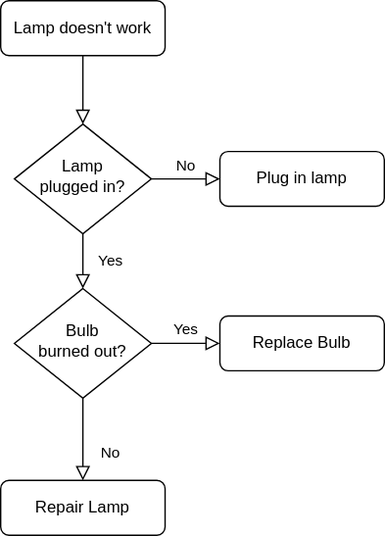
Earlier version of the draw.io export textMoMo.drawio.svg (Nuttph/Project_C_Flowchart). Source tidied: cells renumbered, new cells last; positions are measured from the earlier drawing's top-left corner, leaving out a move shared by most shapes. Its diagram source:
```xml
<mxGraphModel>
  <root>
    <mxCell id="0" />
    <mxCell id="1" parent="0" />
    <mxCell id="2" style="rounded=0;html=1;jettySize=auto;fontSize=11;endArrow=block;endFill=0;endSize=8;strokeWidth=1;shadow=0;labelBackgroundColor=none;edgeStyle=orthogonalEdgeStyle;" parent="1" edge="1" source="3" target="6">
      <mxGeometry relative="1" as="geometry" />
    </mxCell>
    <mxCell id="3" value="Lamp doesn't work" style="rounded=1;whiteSpace=wrap;html=1;fontSize=12;glass=0;strokeWidth=1;shadow=0;" parent="1" vertex="1">
      <mxGeometry width="120" height="40" as="geometry" />
    </mxCell>
    <mxCell id="4" value="Yes" style="rounded=0;html=1;jettySize=auto;fontSize=11;endArrow=block;endFill=0;endSize=8;strokeWidth=1;shadow=0;labelBackgroundColor=none;edgeStyle=orthogonalEdgeStyle;" parent="1" edge="1" source="6" target="10">
      <mxGeometry y="20" relative="1" as="geometry" />
    </mxCell>
    <mxCell id="5" value="No" style="edgeStyle=orthogonalEdgeStyle;rounded=0;html=1;jettySize=auto;fontSize=11;endArrow=block;endFill=0;endSize=8;strokeWidth=1;shadow=0;labelBackgroundColor=none;" parent="1" edge="1" source="6" target="7">
      <mxGeometry y="10" relative="1" as="geometry" />
    </mxCell>
    <mxCell id="6" value="Lamp&lt;br&gt;plugged in?" style="rhombus;whiteSpace=wrap;html=1;shadow=0;fontFamily=Helvetica;fontSize=12;align=center;strokeWidth=1;spacing=6;spacingTop=-4;" parent="1" vertex="1">
      <mxGeometry x="10" y="90" width="100" height="80" as="geometry" />
    </mxCell>
    <mxCell id="7" value="Plug in lamp" style="rounded=1;whiteSpace=wrap;html=1;fontSize=12;glass=0;strokeWidth=1;shadow=0;" parent="1" vertex="1">
      <mxGeometry x="160" y="110" width="120" height="40" as="geometry" />
    </mxCell>
    <mxCell id="8" value="No" style="rounded=0;html=1;jettySize=auto;fontSize=11;endArrow=block;endFill=0;endSize=8;strokeWidth=1;shadow=0;labelBackgroundColor=none;edgeStyle=orthogonalEdgeStyle;" parent="1" edge="1" source="10" target="11">
      <mxGeometry x="0.33" y="20" relative="1" as="geometry" />
    </mxCell>
    <mxCell id="9" value="Yes" style="edgeStyle=orthogonalEdgeStyle;rounded=0;html=1;jettySize=auto;fontSize=11;endArrow=block;endFill=0;endSize=8;strokeWidth=1;shadow=0;labelBackgroundColor=none;" parent="1" edge="1" source="10" target="12">
      <mxGeometry y="10" relative="1" as="geometry" />
    </mxCell>
    <mxCell id="10" value="Bulb&lt;br&gt;burned out?" style="rhombus;whiteSpace=wrap;html=1;shadow=0;fontFamily=Helvetica;fontSize=12;align=center;strokeWidth=1;spacing=6;spacingTop=-4;" parent="1" vertex="1">
      <mxGeometry x="10" y="210" width="100" height="80" as="geometry" />
    </mxCell>
    <mxCell id="11" value="Repair Lamp" style="rounded=1;whiteSpace=wrap;html=1;fontSize=12;glass=0;strokeWidth=1;shadow=0;" parent="1" vertex="1">
      <mxGeometry y="350" width="120" height="40" as="geometry" />
    </mxCell>
    <mxCell id="12" value="Replace Bulb" style="rounded=1;whiteSpace=wrap;html=1;fontSize=12;glass=0;strokeWidth=1;shadow=0;" parent="1" vertex="1">
      <mxGeometry x="160" y="230" width="120" height="40" as="geometry" />
    </mxCell>
  </root>
</mxGraphModel>
```
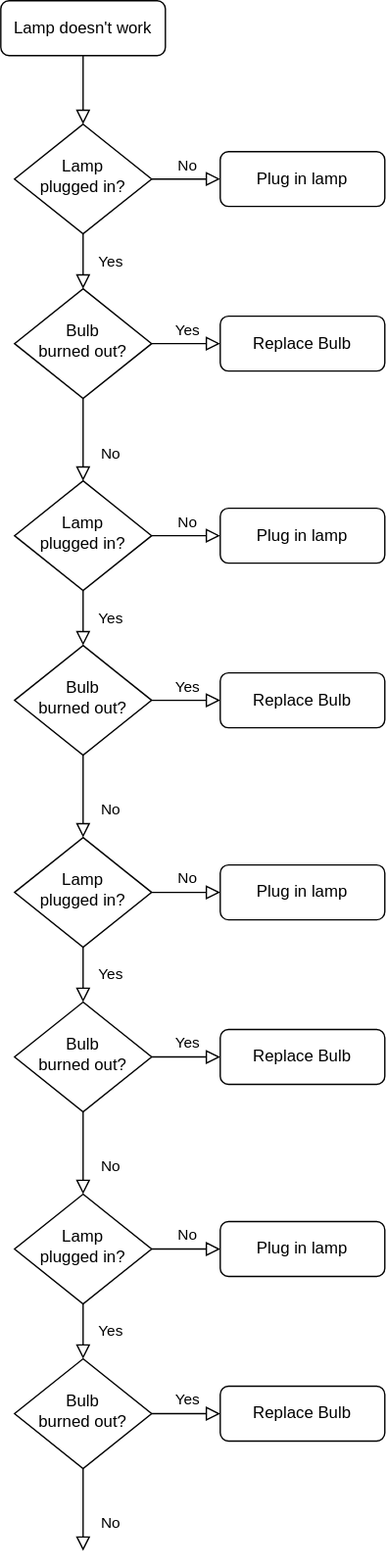
After the change.

The edit, as a diff of the source:
```diff
@@ -20,8 +20,10 @@
     <mxCell id="7" value="Plug in lamp" style="rounded=1;whiteSpace=wrap;html=1;fontSize=12;glass=0;strokeWidth=1;shadow=0;" parent="1" vertex="1">
       <mxGeometry x="160" y="110" width="120" height="40" as="geometry" />
     </mxCell>
-    <mxCell id="8" value="No" style="rounded=0;html=1;jettySize=auto;fontSize=11;endArrow=block;endFill=0;endSize=8;strokeWidth=1;shadow=0;labelBackgroundColor=none;edgeStyle=orthogonalEdgeStyle;" parent="1" edge="1" source="10" target="11">
-      <mxGeometry x="0.33" y="20" relative="1" as="geometry" />
+    <mxCell id="8" value="No" style="rounded=0;html=1;jettySize=auto;fontSize=11;endArrow=block;endFill=0;endSize=8;strokeWidth=1;shadow=0;labelBackgroundColor=none;edgeStyle=orthogonalEdgeStyle;" parent="1" edge="1" source="10">
+      <mxGeometry x="0.33" y="20" relative="1" as="geometry">
+        <mxPoint x="60" y="350" as="targetPoint" />
+      </mxGeometry>
     </mxCell>
     <mxCell id="9" value="Yes" style="edgeStyle=orthogonalEdgeStyle;rounded=0;html=1;jettySize=auto;fontSize=11;endArrow=block;endFill=0;endSize=8;strokeWidth=1;shadow=0;labelBackgroundColor=none;" parent="1" edge="1" source="10" target="12">
       <mxGeometry y="10" relative="1" as="geometry" />
@@ -29,11 +31,86 @@
     <mxCell id="10" value="Bulb&lt;br&gt;burned out?" style="rhombus;whiteSpace=wrap;html=1;shadow=0;fontFamily=Helvetica;fontSize=12;align=center;strokeWidth=1;spacing=6;spacingTop=-4;" parent="1" vertex="1">
       <mxGeometry x="10" y="210" width="100" height="80" as="geometry" />
     </mxCell>
-    <mxCell id="11" value="Repair Lamp" style="rounded=1;whiteSpace=wrap;html=1;fontSize=12;glass=0;strokeWidth=1;shadow=0;" parent="1" vertex="1">
-      <mxGeometry y="350" width="120" height="40" as="geometry" />
-    </mxCell>
     <mxCell id="12" value="Replace Bulb" style="rounded=1;whiteSpace=wrap;html=1;fontSize=12;glass=0;strokeWidth=1;shadow=0;" parent="1" vertex="1">
       <mxGeometry x="160" y="230" width="120" height="40" as="geometry" />
     </mxCell>
+    <mxCell id="13" value="Yes" style="rounded=0;html=1;jettySize=auto;fontSize=11;endArrow=block;endFill=0;endSize=8;strokeWidth=1;shadow=0;labelBackgroundColor=none;edgeStyle=orthogonalEdgeStyle;" parent="1" edge="1" source="15" target="19">
+      <mxGeometry y="20" relative="1" as="geometry" />
+    </mxCell>
+    <mxCell id="14" value="No" style="edgeStyle=orthogonalEdgeStyle;rounded=0;html=1;jettySize=auto;fontSize=11;endArrow=block;endFill=0;endSize=8;strokeWidth=1;shadow=0;labelBackgroundColor=none;" parent="1" edge="1" source="15" target="16">
+      <mxGeometry y="10" relative="1" as="geometry" />
+    </mxCell>
+    <mxCell id="15" value="Lamp&lt;br&gt;plugged in?" style="rhombus;whiteSpace=wrap;html=1;shadow=0;fontFamily=Helvetica;fontSize=12;align=center;strokeWidth=1;spacing=6;spacingTop=-4;" parent="1" vertex="1">
+      <mxGeometry x="10" y="350" width="100" height="80" as="geometry" />
+    </mxCell>
+    <mxCell id="16" value="Plug in lamp" style="rounded=1;whiteSpace=wrap;html=1;fontSize=12;glass=0;strokeWidth=1;shadow=0;" parent="1" vertex="1">
+      <mxGeometry x="160" y="370" width="120" height="40" as="geometry" />
+    </mxCell>
+    <mxCell id="17" value="No" style="rounded=0;html=1;jettySize=auto;fontSize=11;endArrow=block;endFill=0;endSize=8;strokeWidth=1;shadow=0;labelBackgroundColor=none;edgeStyle=orthogonalEdgeStyle;" parent="1" edge="1" source="19">
+      <mxGeometry x="0.33" y="20" relative="1" as="geometry">
+        <mxPoint x="60" y="610" as="targetPoint" />
+      </mxGeometry>
+    </mxCell>
+    <mxCell id="18" value="Yes" style="edgeStyle=orthogonalEdgeStyle;rounded=0;html=1;jettySize=auto;fontSize=11;endArrow=block;endFill=0;endSize=8;strokeWidth=1;shadow=0;labelBackgroundColor=none;" parent="1" edge="1" source="19" target="20">
+      <mxGeometry y="10" relative="1" as="geometry" />
+    </mxCell>
+    <mxCell id="19" value="Bulb&lt;br&gt;burned out?" style="rhombus;whiteSpace=wrap;html=1;shadow=0;fontFamily=Helvetica;fontSize=12;align=center;strokeWidth=1;spacing=6;spacingTop=-4;" parent="1" vertex="1">
+      <mxGeometry x="10" y="470" width="100" height="80" as="geometry" />
+    </mxCell>
+    <mxCell id="20" value="Replace Bulb" style="rounded=1;whiteSpace=wrap;html=1;fontSize=12;glass=0;strokeWidth=1;shadow=0;" parent="1" vertex="1">
+      <mxGeometry x="160" y="490" width="120" height="40" as="geometry" />
+    </mxCell>
+    <mxCell id="21" value="Yes" style="rounded=0;html=1;jettySize=auto;fontSize=11;endArrow=block;endFill=0;endSize=8;strokeWidth=1;shadow=0;labelBackgroundColor=none;edgeStyle=orthogonalEdgeStyle;" parent="1" edge="1" source="23" target="27">
+      <mxGeometry y="20" relative="1" as="geometry" />
+    </mxCell>
+    <mxCell id="22" value="No" style="edgeStyle=orthogonalEdgeStyle;rounded=0;html=1;jettySize=auto;fontSize=11;endArrow=block;endFill=0;endSize=8;strokeWidth=1;shadow=0;labelBackgroundColor=none;" parent="1" edge="1" source="23" target="24">
+      <mxGeometry y="10" relative="1" as="geometry" />
+    </mxCell>
+    <mxCell id="23" value="Lamp&lt;br&gt;plugged in?" style="rhombus;whiteSpace=wrap;html=1;shadow=0;fontFamily=Helvetica;fontSize=12;align=center;strokeWidth=1;spacing=6;spacingTop=-4;" parent="1" vertex="1">
+      <mxGeometry x="10" y="610" width="100" height="80" as="geometry" />
+    </mxCell>
+    <mxCell id="24" value="Plug in lamp" style="rounded=1;whiteSpace=wrap;html=1;fontSize=12;glass=0;strokeWidth=1;shadow=0;" parent="1" vertex="1">
+      <mxGeometry x="160" y="630" width="120" height="40" as="geometry" />
+    </mxCell>
+    <mxCell id="25" value="No" style="rounded=0;html=1;jettySize=auto;fontSize=11;endArrow=block;endFill=0;endSize=8;strokeWidth=1;shadow=0;labelBackgroundColor=none;edgeStyle=orthogonalEdgeStyle;" parent="1" edge="1" source="27">
+      <mxGeometry x="0.33" y="20" relative="1" as="geometry">
+        <mxPoint x="60" y="870" as="targetPoint" />
+      </mxGeometry>
+    </mxCell>
+    <mxCell id="26" value="Yes" style="edgeStyle=orthogonalEdgeStyle;rounded=0;html=1;jettySize=auto;fontSize=11;endArrow=block;endFill=0;endSize=8;strokeWidth=1;shadow=0;labelBackgroundColor=none;" parent="1" edge="1" source="27" target="28">
+      <mxGeometry y="10" relative="1" as="geometry" />
+    </mxCell>
+    <mxCell id="27" value="Bulb&lt;br&gt;burned out?" style="rhombus;whiteSpace=wrap;html=1;shadow=0;fontFamily=Helvetica;fontSize=12;align=center;strokeWidth=1;spacing=6;spacingTop=-4;" parent="1" vertex="1">
+      <mxGeometry x="10" y="730" width="100" height="80" as="geometry" />
+    </mxCell>
+    <mxCell id="28" value="Replace Bulb" style="rounded=1;whiteSpace=wrap;html=1;fontSize=12;glass=0;strokeWidth=1;shadow=0;" parent="1" vertex="1">
+      <mxGeometry x="160" y="750" width="120" height="40" as="geometry" />
+    </mxCell>
+    <mxCell id="29" value="Yes" style="rounded=0;html=1;jettySize=auto;fontSize=11;endArrow=block;endFill=0;endSize=8;strokeWidth=1;shadow=0;labelBackgroundColor=none;edgeStyle=orthogonalEdgeStyle;" parent="1" edge="1" source="31" target="35">
+      <mxGeometry y="20" relative="1" as="geometry" />
+    </mxCell>
+    <mxCell id="30" value="No" style="edgeStyle=orthogonalEdgeStyle;rounded=0;html=1;jettySize=auto;fontSize=11;endArrow=block;endFill=0;endSize=8;strokeWidth=1;shadow=0;labelBackgroundColor=none;" parent="1" edge="1" source="31" target="32">
+      <mxGeometry y="10" relative="1" as="geometry" />
+    </mxCell>
+    <mxCell id="31" value="Lamp&lt;br&gt;plugged in?" style="rhombus;whiteSpace=wrap;html=1;shadow=0;fontFamily=Helvetica;fontSize=12;align=center;strokeWidth=1;spacing=6;spacingTop=-4;" parent="1" vertex="1">
+      <mxGeometry x="10" y="870" width="100" height="80" as="geometry" />
+    </mxCell>
+    <mxCell id="32" value="Plug in lamp" style="rounded=1;whiteSpace=wrap;html=1;fontSize=12;glass=0;strokeWidth=1;shadow=0;" parent="1" vertex="1">
+      <mxGeometry x="160" y="890" width="120" height="40" as="geometry" />
+    </mxCell>
+    <mxCell id="33" value="No" style="rounded=0;html=1;jettySize=auto;fontSize=11;endArrow=block;endFill=0;endSize=8;strokeWidth=1;shadow=0;labelBackgroundColor=none;edgeStyle=orthogonalEdgeStyle;" parent="1" edge="1" source="35">
+      <mxGeometry x="0.33" y="20" relative="1" as="geometry">
+        <mxPoint x="60" y="1130" as="targetPoint" />
+      </mxGeometry>
+    </mxCell>
+    <mxCell id="34" value="Yes" style="edgeStyle=orthogonalEdgeStyle;rounded=0;html=1;jettySize=auto;fontSize=11;endArrow=block;endFill=0;endSize=8;strokeWidth=1;shadow=0;labelBackgroundColor=none;" parent="1" edge="1" source="35" target="36">
+      <mxGeometry y="10" relative="1" as="geometry" />
+    </mxCell>
+    <mxCell id="35" value="Bulb&lt;br&gt;burned out?" style="rhombus;whiteSpace=wrap;html=1;shadow=0;fontFamily=Helvetica;fontSize=12;align=center;strokeWidth=1;spacing=6;spacingTop=-4;" parent="1" vertex="1">
+      <mxGeometry x="10" y="990" width="100" height="80" as="geometry" />
+    </mxCell>
+    <mxCell id="36" value="Replace Bulb" style="rounded=1;whiteSpace=wrap;html=1;fontSize=12;glass=0;strokeWidth=1;shadow=0;" parent="1" vertex="1">
+      <mxGeometry x="160" y="1010" width="120" height="40" as="geometry" />
+    </mxCell>
   </root>
 </mxGraphModel>
```
